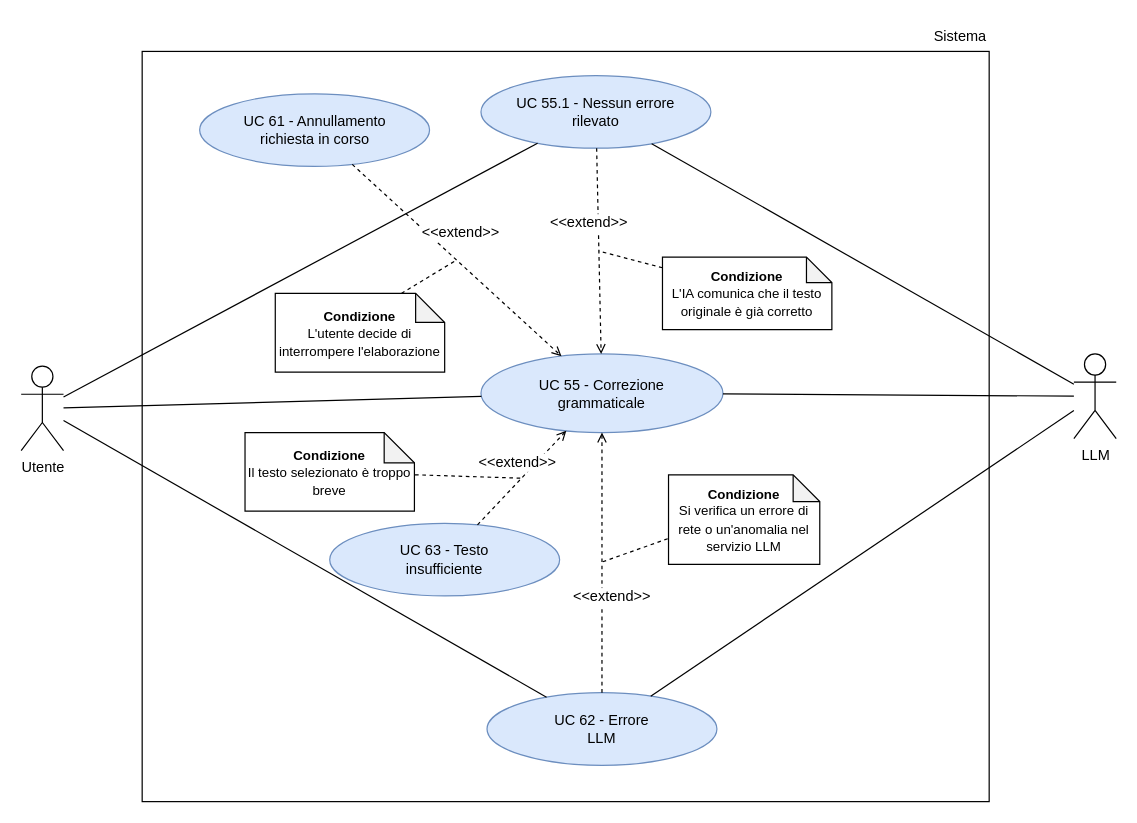
This is RTB/doc_esterna/analisi-dei-requisiti/assets/draw.io/UC55.drawio from thebitless-group-swe/thebitless.github.io, a draw.io file, before an edit. Source tidied: cells renumbered, new cells numbered last; positions are measured from the earlier drawing's top-left corner, leaving out a move shared by most shapes. Both pictures are drawn from the tidied source at 121%, with x=0, y=0 at pixel (21, 21).
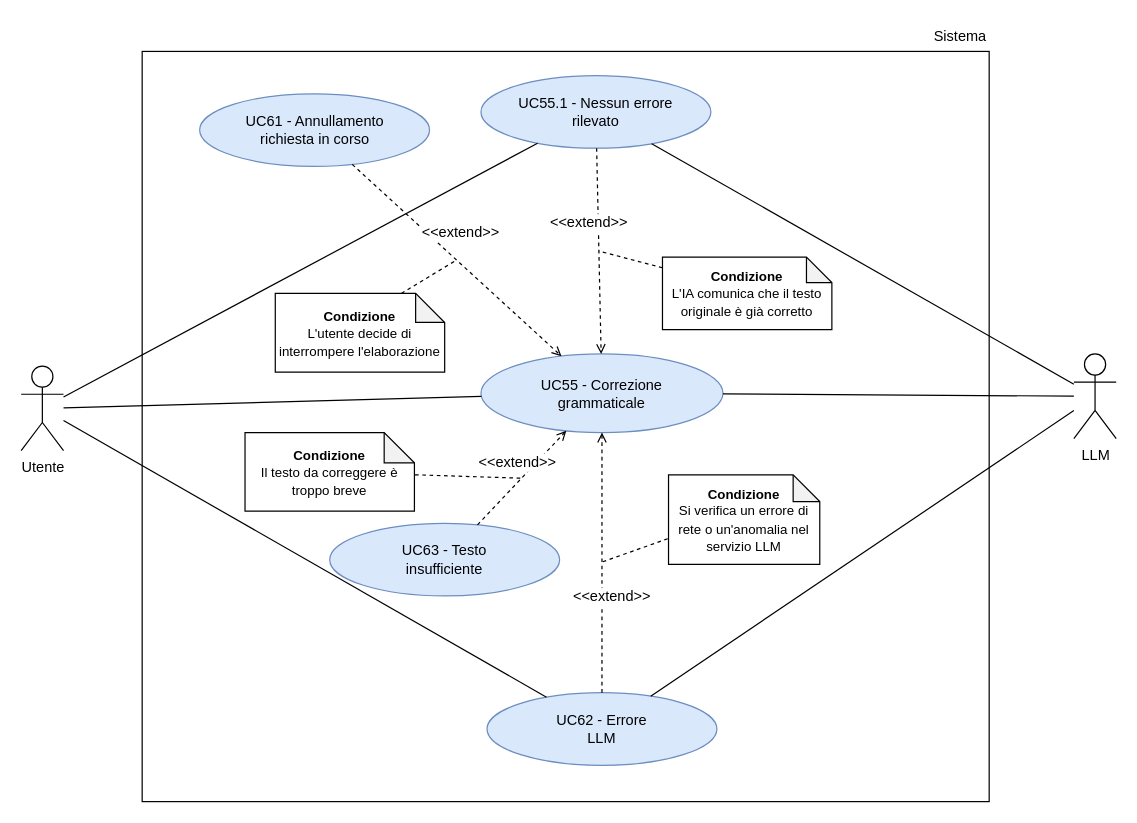
The same diagram, later.

Change to the diagram source:
```diff
@@
-    <mxCell id="6" value="UC 55 - Correzione&lt;br&gt;grammaticale" style="ellipse;whiteSpace=wrap;html=1;fillColor=#dae8fc;strokeColor=#6c8ebf;fontSize=12;" parent="1" vertex="1">
+    <mxCell id="6" value="UC55 - Correzione&lt;br&gt;grammaticale" style="ellipse;whiteSpace=wrap;html=1;fillColor=#dae8fc;strokeColor=#6c8ebf;fontSize=12;" parent="1" vertex="1">
       <mxGeometry x="380" y="275" width="200" height="65" as="geometry" />
     </mxCell>
-    <mxCell id="7" value="UC 61 - Annullamento&lt;br&gt;richiesta in corso" style="ellipse;whiteSpace=wrap;html=1;fillColor=#dae8fc;strokeColor=#6c8ebf;fontSize=12;" parent="1" vertex="1">
+    <mxCell id="7" value="UC61 - Annullamento&lt;br&gt;richiesta in corso" style="ellipse;whiteSpace=wrap;html=1;fillColor=#dae8fc;strokeColor=#6c8ebf;fontSize=12;" parent="1" vertex="1">
       <mxGeometry x="147.5" y="60" width="190" height="60" as="geometry" />
     </mxCell>
-    <mxCell id="8" value="UC 55.1 - Nessun errore&lt;br&gt;rilevato" style="ellipse;whiteSpace=wrap;html=1;fillColor=#dae8fc;strokeColor=#6c8ebf;fontSize=12;" parent="1" vertex="1">
+    <mxCell id="8" value="UC55.1 - Nessun errore&lt;br&gt;rilevato" style="ellipse;whiteSpace=wrap;html=1;fillColor=#dae8fc;strokeColor=#6c8ebf;fontSize=12;" parent="1" vertex="1">
       <mxGeometry x="380" y="45" width="190" height="60" as="geometry" />
     </mxCell>
-    <mxCell id="9" value="UC 63 - Testo&lt;br&gt;insufficiente" style="ellipse;whiteSpace=wrap;html=1;fillColor=#dae8fc;strokeColor=#6c8ebf;fontSize=12;" parent="1" vertex="1">
+    <mxCell id="9" value="UC63 - Testo&lt;br&gt;insufficiente" style="ellipse;whiteSpace=wrap;html=1;fillColor=#dae8fc;strokeColor=#6c8ebf;fontSize=12;" parent="1" vertex="1">
       <mxGeometry x="255" y="415" width="190" height="60" as="geometry" />
     </mxCell>
-    <mxCell id="10" value="UC 62 - Errore&lt;br&gt;LLM" style="ellipse;whiteSpace=wrap;html=1;fillColor=#dae8fc;strokeColor=#6c8ebf;fontSize=12;" parent="1" vertex="1">
+    <mxCell id="10" value="UC62 - Errore&lt;br&gt;LLM" style="ellipse;whiteSpace=wrap;html=1;fillColor=#dae8fc;strokeColor=#6c8ebf;fontSize=12;" parent="1" vertex="1">
       <mxGeometry x="385" y="555" width="190" height="60" as="geometry" />
     </mxCell>
@@
-    <mxCell id="29" value="&lt;b style=&quot;font-size: 11px;&quot;&gt;Condizione&lt;/b&gt;&lt;br style=&quot;font-size: 11px;&quot;&gt;&lt;span style=&quot;font-size: 11px;&quot;&gt;Il testo selezionato è troppo breve&lt;/span&gt;" style="shape=note;whiteSpace=wrap;html=1;backgroundOutline=1;darkOpacity=0.05;size=25;" parent="1" vertex="1">
+    <mxCell id="29" value="&lt;b style=&quot;font-size: 11px;&quot;&gt;Condizione&lt;/b&gt;&lt;br style=&quot;font-size: 11px;&quot;&gt;&lt;span style=&quot;font-size: 11px;&quot;&gt;Il testo da correggere è troppo breve&lt;/span&gt;" style="shape=note;whiteSpace=wrap;html=1;backgroundOutline=1;darkOpacity=0.05;size=25;" parent="1" vertex="1">
       <mxGeometry x="185" y="340" width="140" height="65" as="geometry" />
     </mxCell>
```
